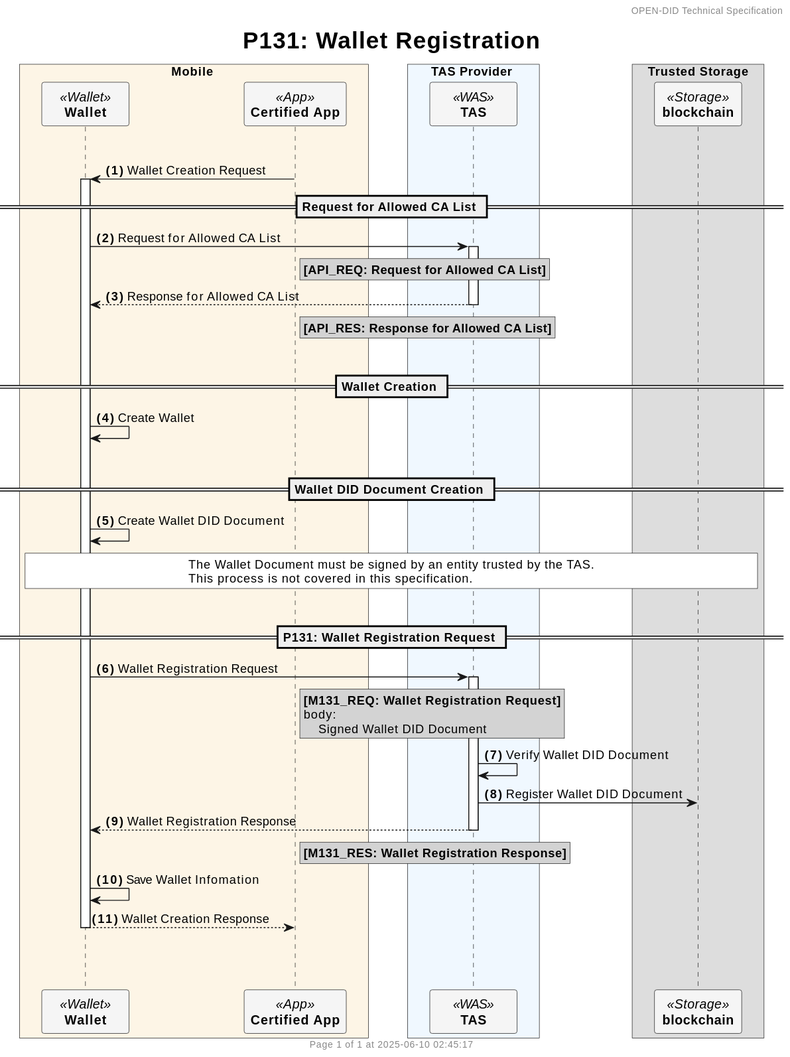
This is docs/sequence/simple/images/P131_register_wallet_simple.svg from OmniOneID/did-doc-architecture, a PlantUML export, as it was before one commit. Its diagram source:
```plantuml
@startuml
header OPEN-DID Technical Specification
footer
  	Page %page% of %lastpage% at %date("yyyy-MM-dd hh:mm:ss")
end footer

title
	<size:25>P131: Wallet Registration</size>
end title

autonumber "<b>(#)</b>"

skinparam ParticipantPadding 20
skinparam BoxPadding 20
skinparam MaxMessageSize 500
skinparam MinClassWidth 80

box Mobile #OldLace
    participant "**Wallet**" as WALLET <<Wallet>> #WhiteSmoke
    participant "**Certified App**" as CA <<App>> #WhiteSmoke
end box

box TAS Provider #AliceBlue
    participant "**TAS**" as TAS <<WAS>> #WhiteSmoke
end box


box Trusted Storage
    participant "**blockchain**" as BC <<Storage>> #WhiteSmoke
end box

!$refdoc = "Refer to separate document"
!$doc = "Refer to data specification document"


|||


CA -> WALLET++: Wallet Creation Request

== Request for Allowed CA List ==
WALLET -> TAS++: Request for Allowed CA List
rnote right of CA #LightGray
    **[API_REQ: Request for Allowed CA List]**
end note

TAS --> WALLET--: Response for Allowed CA List
rnote right of CA #LightGray
    **[API_RES: Response for Allowed CA List]**
end note


|||
== Wallet Creation ==

WALLET -> WALLET: Create Wallet


|||
== Wallet DID Document Creation ==
WALLET -> WALLET: Create Wallet DID Document
rnote across #white
    The Wallet Document must be signed by an entity trusted by the TAS.
    This process is not covered in this specification.
end note


|||
== P131: Wallet Registration Request ==

WALLET -> TAS++: Wallet Registration Request
rnote right of CA #LightGray
    **[M131_REQ: Wallet Registration Request]**
    body:
        Signed Wallet DID Document
end note

TAS -> TAS: Verify Wallet DID Document
TAS -> BC: Register Wallet DID Document

TAS --> WALLET--: Wallet Registration Response
rnote right of CA #LightGray
    **[M131_RES: Wallet Registration Response]**
end note
WALLET -> WALLET: Save Wallet Infomation

WALLET --> CA--: Wallet Creation Response

|||
|||
@enduml
```
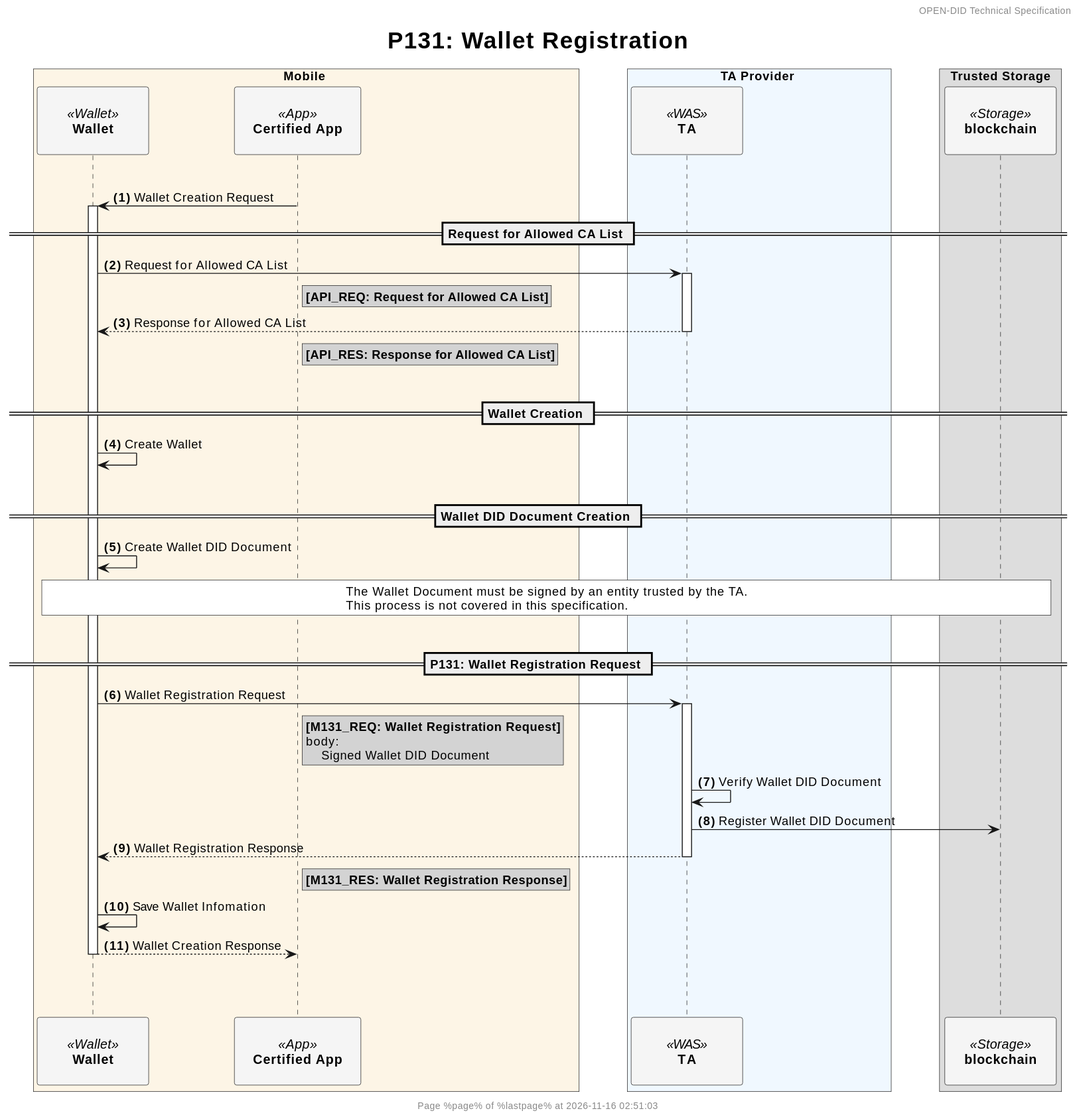
Above is the later version.

Diff of the diagram source:
```diff
@@ -10,7 +10,11 @@
 
 autonumber "<b>(#)</b>"
 
-skinparam ParticipantPadding 20
+<style>
+participant {
+  Padding 20
+}
+</style>
 skinparam BoxPadding 20
 skinparam MaxMessageSize 500
 skinparam MinClassWidth 80
@@ -20,8 +24,8 @@
     participant "**Certified App**" as CA <<App>> #WhiteSmoke
 end box
 
-box TAS Provider #AliceBlue
-    participant "**TAS**" as TAS <<WAS>> #WhiteSmoke
+box TA Provider #AliceBlue
+    participant "**TA**" as TA <<WAS>> #WhiteSmoke
 end box
 
 
@@ -39,12 +43,12 @@
 CA -> WALLET++: Wallet Creation Request
 
 == Request for Allowed CA List ==
-WALLET -> TAS++: Request for Allowed CA List
+WALLET -> TA++: Request for Allowed CA List
 rnote right of CA #LightGray
     **[API_REQ: Request for Allowed CA List]**
 end note
 
-TAS --> WALLET--: Response for Allowed CA List
+TA --> WALLET--: Response for Allowed CA List
 rnote right of CA #LightGray
     **[API_RES: Response for Allowed CA List]**
 end note
@@ -60,7 +64,7 @@
 == Wallet DID Document Creation ==
 WALLET -> WALLET: Create Wallet DID Document
 rnote across #white
-    The Wallet Document must be signed by an entity trusted by the TAS.
+    The Wallet Document must be signed by an entity trusted by the TA.
     This process is not covered in this specification.
 end note
 
@@ -68,17 +72,17 @@
 |||
 == P131: Wallet Registration Request ==
 
-WALLET -> TAS++: Wallet Registration Request
+WALLET -> TA++: Wallet Registration Request
 rnote right of CA #LightGray
     **[M131_REQ: Wallet Registration Request]**
     body:
         Signed Wallet DID Document
 end note
 
-TAS -> TAS: Verify Wallet DID Document
-TAS -> BC: Register Wallet DID Document
+TA -> TA: Verify Wallet DID Document
+TA -> BC: Register Wallet DID Document
 
-TAS --> WALLET--: Wallet Registration Response
+TA --> WALLET--: Wallet Registration Response
 rnote right of CA #LightGray
     **[M131_RES: Wallet Registration Response]**
 end note
```
